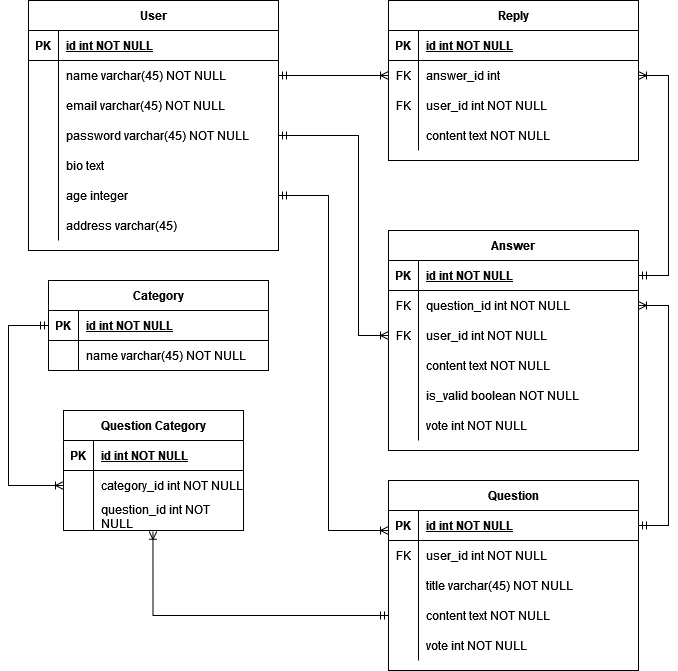
satya2221/sanbercode-final-project keeps this draw.io diagram as ERD.png. Above is the earlier version. Source tidied: cells renumbered, new cells last; positions are measured from the earlier drawing's top-left corner, leaving out a move shared by most shapes.
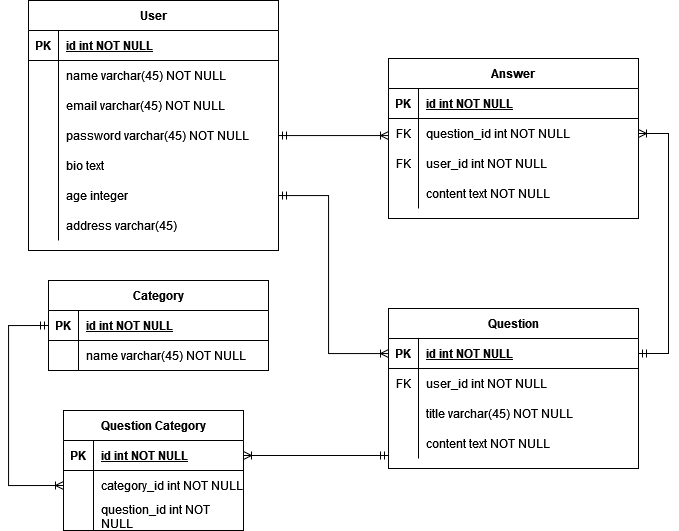
After the commit.

What changed in the source:
```diff
@@ -3,7 +3,7 @@
     <mxCell id="0" />
     <mxCell id="1" parent="0" />
     <mxCell id="2" value="Question" style="shape=table;startSize=30;rowLines=0;fontStyle=1;align=center;" parent="1" vertex="1">
-      <mxGeometry x="380" y="480" width="250" height="190" as="geometry" />
+      <mxGeometry x="380" y="308" width="250" height="160" as="geometry" />
     </mxCell>
     <mxCell id="3" style="shape=partialRectangle;fillColor=none;points=[[0,0.5],[1,0.5]];portConstraint=eastwest;top=0;left=0;right=0;bottom=1;" parent="2" vertex="1">
       <mxGeometry y="30" width="250" height="30" as="geometry" />
@@ -41,17 +41,8 @@
     <mxCell id="14" value="content text NOT NULL" style="shape=partialRectangle;overflow=hidden;fillColor=none;top=0;left=0;bottom=0;right=0;align=left;spacingLeft=6;" parent="12" vertex="1">
       <mxGeometry x="30" width="220" height="30" as="geometry" />
     </mxCell>
-    <mxCell id="15" style="shape=partialRectangle;fillColor=none;top=0;left=0;right=0;bottom=0;" parent="2" vertex="1">
-      <mxGeometry y="150" width="250" height="30" as="geometry" />
-    </mxCell>
-    <mxCell id="16" style="shape=partialRectangle;overflow=hidden;fillColor=none;top=0;left=0;bottom=0;right=0;" parent="15" vertex="1">
-      <mxGeometry width="30" height="30" as="geometry" />
-    </mxCell>
-    <mxCell id="17" value="vote int NOT NULL" style="shape=partialRectangle;overflow=hidden;fillColor=none;top=0;left=0;bottom=0;right=0;align=left;spacingLeft=6;" parent="15" vertex="1">
-      <mxGeometry x="30" width="220" height="30" as="geometry" />
-    </mxCell>
     <mxCell id="18" value="Answer" style="shape=table;startSize=30;rowLines=0;fontStyle=1;align=center;" parent="1" vertex="1">
-      <mxGeometry x="380" y="230" width="250" height="220" as="geometry" />
+      <mxGeometry x="380" y="58" width="250" height="160" as="geometry" />
     </mxCell>
     <mxCell id="19" style="shape=partialRectangle;fillColor=none;points=[[0,0.5],[1,0.5]];portConstraint=eastwest;top=0;left=0;right=0;bottom=1;" parent="18" vertex="1">
       <mxGeometry y="30" width="250" height="30" as="geometry" />
@@ -89,24 +80,6 @@
     <mxCell id="30" value="content text NOT NULL" style="shape=partialRectangle;overflow=hidden;fillColor=none;top=0;left=0;bottom=0;right=0;align=left;spacingLeft=6;" parent="28" vertex="1">
       <mxGeometry x="30" width="220" height="30" as="geometry" />
     </mxCell>
-    <mxCell id="31" style="shape=partialRectangle;fillColor=none;top=0;left=0;right=0;bottom=0;" parent="18" vertex="1">
-      <mxGeometry y="150" width="250" height="30" as="geometry" />
-    </mxCell>
-    <mxCell id="32" style="shape=partialRectangle;overflow=hidden;fillColor=none;top=0;left=0;bottom=0;right=0;" parent="31" vertex="1">
-      <mxGeometry width="30" height="30" as="geometry" />
-    </mxCell>
-    <mxCell id="33" value="is_valid boolean NOT NULL" style="shape=partialRectangle;overflow=hidden;fillColor=none;top=0;left=0;bottom=0;right=0;align=left;spacingLeft=6;" parent="31" vertex="1">
-      <mxGeometry x="30" width="220" height="30" as="geometry" />
-    </mxCell>
-    <mxCell id="34" style="shape=partialRectangle;fillColor=none;top=0;left=0;right=0;bottom=0;" parent="18" vertex="1">
-      <mxGeometry y="180" width="250" height="30" as="geometry" />
-    </mxCell>
-    <mxCell id="35" style="shape=partialRectangle;overflow=hidden;fillColor=none;top=0;left=0;bottom=0;right=0;" parent="34" vertex="1">
-      <mxGeometry width="30" height="30" as="geometry" />
-    </mxCell>
-    <mxCell id="36" value="vote int NOT NULL" style="shape=partialRectangle;overflow=hidden;fillColor=none;top=0;left=0;bottom=0;right=0;align=left;spacingLeft=6;" parent="34" vertex="1">
-      <mxGeometry x="30" width="220" height="30" as="geometry" />
-    </mxCell>
     <mxCell id="37" value="User" style="shape=table;startSize=30;rowLines=0;fontStyle=1;align=center;" parent="1" vertex="1">
       <mxGeometry x="20" width="250" height="250" as="geometry" />
     </mxCell>
@@ -173,45 +146,6 @@
     <mxCell id="58" value="address varchar(45)" style="shape=partialRectangle;overflow=hidden;fillColor=none;top=0;left=0;bottom=0;right=0;align=left;spacingLeft=6;" parent="56" vertex="1">
       <mxGeometry x="30" width="220" height="30" as="geometry" />
     </mxCell>
-    <mxCell id="59" value="Reply" style="shape=table;startSize=30;rowLines=0;fontStyle=1;align=center;" parent="1" vertex="1">
-      <mxGeometry x="380" width="250" height="160" as="geometry" />
-    </mxCell>
-    <mxCell id="60" style="shape=partialRectangle;fillColor=none;top=0;left=0;right=0;bottom=1;" parent="59" vertex="1">
-      <mxGeometry y="30" width="250" height="30" as="geometry" />
-    </mxCell>
-    <mxCell id="61" value="PK" style="shape=partialRectangle;overflow=hidden;fillColor=none;top=0;left=0;bottom=0;right=0;fontStyle=1;" parent="60" vertex="1">
-      <mxGeometry width="30" height="30" as="geometry" />
-    </mxCell>
-    <mxCell id="62" value="id int NOT NULL" style="shape=partialRectangle;overflow=hidden;fillColor=none;top=0;left=0;bottom=0;right=0;align=left;spacingLeft=6;fontStyle=5;" parent="60" vertex="1">
-      <mxGeometry x="30" width="220" height="30" as="geometry" />
-    </mxCell>
-    <mxCell id="63" style="shape=partialRectangle;fillColor=none;points=[[0,0.5],[1,0.5]];portConstraint=eastwest;top=0;left=0;right=0;bottom=0;" parent="59" vertex="1">
-      <mxGeometry y="60" width="250" height="30" as="geometry" />
-    </mxCell>
-    <mxCell id="64" value="FK" style="shape=partialRectangle;overflow=hidden;fillColor=none;top=0;left=0;bottom=0;right=0;" parent="63" vertex="1">
-      <mxGeometry width="30" height="30" as="geometry" />
-    </mxCell>
-    <mxCell id="65" value="answer_id int" style="shape=partialRectangle;overflow=hidden;fillColor=none;top=0;left=0;bottom=0;right=0;align=left;spacingLeft=6;" parent="63" vertex="1">
-      <mxGeometry x="30" width="220" height="30" as="geometry" />
-    </mxCell>
-    <mxCell id="66" style="shape=partialRectangle;fillColor=none;top=0;left=0;right=0;bottom=0;" parent="59" vertex="1">
-      <mxGeometry y="90" width="250" height="30" as="geometry" />
-    </mxCell>
-    <mxCell id="67" value="FK" style="shape=partialRectangle;overflow=hidden;fillColor=none;top=0;left=0;bottom=0;right=0;" parent="66" vertex="1">
-      <mxGeometry width="30" height="30" as="geometry" />
-    </mxCell>
-    <mxCell id="68" value="user_id int NOT NULL" style="shape=partialRectangle;overflow=hidden;fillColor=none;top=0;left=0;bottom=0;right=0;align=left;spacingLeft=6;" parent="66" vertex="1">
-      <mxGeometry x="30" width="220" height="30" as="geometry" />
-    </mxCell>
-    <mxCell id="69" style="shape=partialRectangle;fillColor=none;top=0;left=0;right=0;bottom=0;" parent="59" vertex="1">
-      <mxGeometry y="120" width="250" height="30" as="geometry" />
-    </mxCell>
-    <mxCell id="70" style="shape=partialRectangle;overflow=hidden;fillColor=none;top=0;left=0;bottom=0;right=0;" parent="69" vertex="1">
-      <mxGeometry width="30" height="30" as="geometry" />
-    </mxCell>
-    <mxCell id="71" value="content text NOT NULL" style="shape=partialRectangle;overflow=hidden;fillColor=none;top=0;left=0;bottom=0;right=0;align=left;spacingLeft=6;" parent="69" vertex="1">
-      <mxGeometry x="30" width="220" height="30" as="geometry" />
-    </mxCell>
     <mxCell id="72" value="Category" style="shape=table;startSize=30;rowLines=0;fontStyle=1;align=center;html=1;" parent="1" vertex="1">
       <mxGeometry x="40" y="280" width="220" height="90" as="geometry" />
     </mxCell>
@@ -275,31 +209,23 @@
       <mxGeometry relative="1" as="geometry">
         <Array as="points">
           <mxPoint x="320" y="195" />
-          <mxPoint x="320" y="530" />
+          <mxPoint x="320" y="353" />
         </Array>
       </mxGeometry>
     </mxCell>
-    <mxCell id="91" style="edgeStyle=orthogonalEdgeStyle;fontSize=12;html=1;endArrow=ERoneToMany;startArrow=ERmandOne;rounded=0;" parent="1" edge="1" source="47" target="25">
-      <mxGeometry relative="1" as="geometry">
-        <Array as="points">
-          <mxPoint x="350" y="135" />
-          <mxPoint x="350" y="335" />
-        </Array>
-      </mxGeometry>
-    </mxCell>
-    <mxCell id="92" style="edgeStyle=entityRelationEdgeStyle;fontSize=12;html=1;endArrow=ERoneToMany;startArrow=ERmandOne;rounded=0;exitX=1;exitY=0.5;exitDx=0;exitDy=0;entryX=0;entryY=0.5;entryDx=0;entryDy=0;" parent="1" edge="1" source="41">
-      <mxGeometry relative="1" as="geometry">
-        <mxPoint x="380" y="75" as="targetPoint" />
-      </mxGeometry>
-    </mxCell>
-    <mxCell id="93" style="edgeStyle=orthogonalEdgeStyle;fontSize=12;html=1;endArrow=ERoneToMany;startArrow=ERmandOne;rounded=0;entryX=0.497;entryY=1.025;entryDx=0;entryDy=0;entryPerimeter=0;" parent="1" edge="1" source="12" target="86">
-      <mxGeometry relative="1" as="geometry" />
-    </mxCell>
     <mxCell id="94" style="edgeStyle=entityRelationEdgeStyle;fontSize=12;html=1;endArrow=ERoneToMany;startArrow=ERmandOne;rounded=0;exitX=1;exitY=0.5;exitDx=0;exitDy=0;entryX=1;entryY=0.5;entryDx=0;entryDy=0;" parent="1" edge="1" source="3" target="22">
       <mxGeometry relative="1" as="geometry" />
     </mxCell>
-    <mxCell id="95" style="edgeStyle=entityRelationEdgeStyle;fontSize=12;html=1;endArrow=ERoneToMany;startArrow=ERmandOne;rounded=0;" parent="1" edge="1" source="19" target="63">
-      <mxGeometry relative="1" as="geometry" />
-    </mxCell>
+    <mxCell id="96" style="edgeStyle=orthogonalEdgeStyle;fontSize=12;html=1;endArrow=ERoneToMany;startArrow=ERmandOne;rounded=0;" parent="1" edge="1" source="47" target="22">
+      <mxGeometry relative="1" as="geometry">
+        <Array as="points">
+          <mxPoint x="350" y="135" />
+          <mxPoint x="350" y="135" />
+        </Array>
+      </mxGeometry>
+    </mxCell>
+    <mxCell id="97" style="edgeStyle=orthogonalEdgeStyle;fontSize=12;html=1;endArrow=ERoneToMany;startArrow=ERmandOne;rounded=0;exitX=0;exitY=0.9;exitDx=0;exitDy=0;exitPerimeter=0;" parent="1" edge="1" source="12" target="80">
+      <mxGeometry relative="1" as="geometry" />
+    </mxCell>
   </root>
 </mxGraphModel>
```
